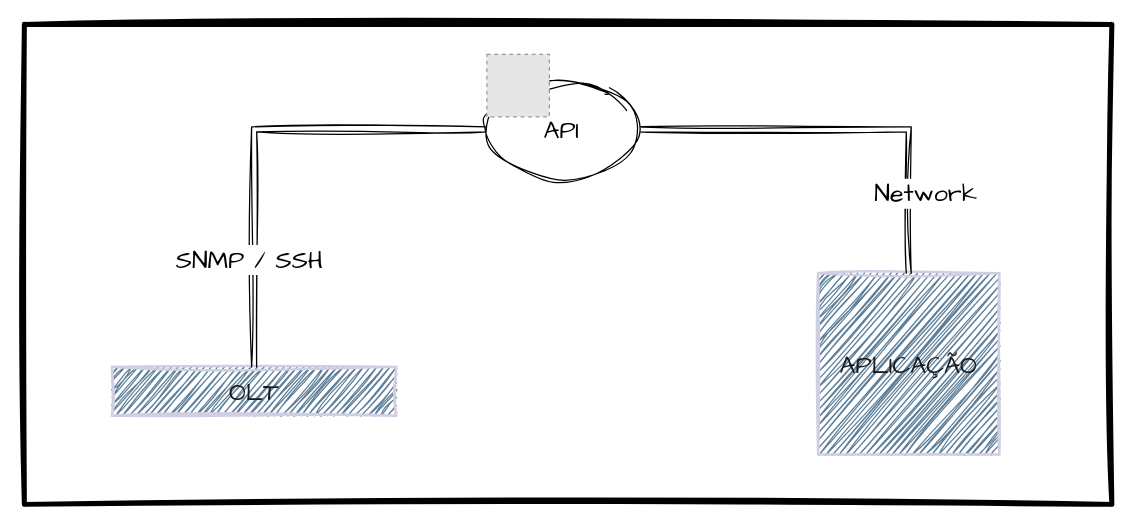
Above: img/sc-olt-intelbras-8820i.drawio in saulotarsobc/sc-olt-intelbras-gpon (draw.io), before the change. Source tidied: cells renumbered, new cells numbered last; positions are measured from the earlier drawing's top-left corner, leaving out a move shared by most shapes. Both pictures are drawn from the tidied source at 125%, with x=0, y=0 at pixel (24, 24). Pictures stored in the file or linked from it are replaced by grey dashed boxes.
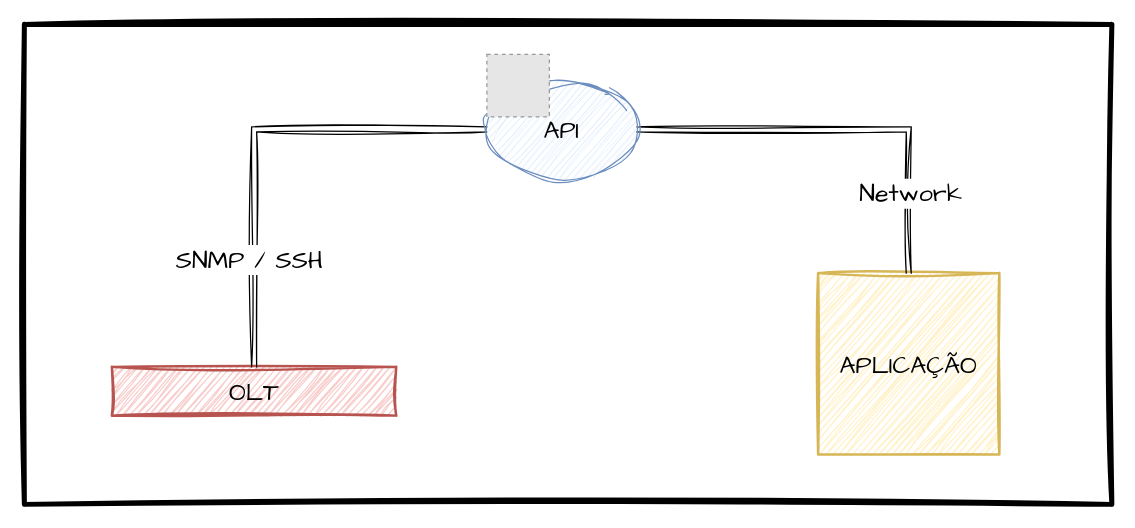
After the change.

Change to the diagram source:
```diff
@@
 <mxGraphModel background="#ffffff">
   <root>
     <mxCell id="0" />
     <mxCell id="1" parent="0" />
     <mxCell id="2" style="rounded=0;whiteSpace=wrap;html=1;sketch=1;hachureGap=4;jiggle=2;curveFitting=1;fontFamily=Architects Daughter;fontSize=20;strokeWidth=4;fillColor=default;" parent="1" vertex="1">
       <mxGeometry width="870" height="384" as="geometry" />
     </mxCell>
-    <mxCell id="3" value="OLT" style="rounded=0;whiteSpace=wrap;html=1;sketch=1;hachureGap=4;jiggle=2;curveFitting=1;fontFamily=Architects Daughter;fontSize=20;labelBackgroundColor=none;fillColor=#5D7F99;strokeColor=#D0CEE2;fontColor=#1A1A1A;gradientColor=none;strokeWidth=2;" parent="1" vertex="1">
+    <mxCell id="3" value="OLT" style="rounded=0;whiteSpace=wrap;html=1;sketch=1;hachureGap=4;jiggle=2;curveFitting=1;fontFamily=Architects Daughter;fontSize=20;labelBackgroundColor=none;fillColor=#f8cecc;strokeColor=#b85450;strokeWidth=2;" parent="1" vertex="1">
       <mxGeometry x="70" y="274" width="227.5" height="39" as="geometry" />
     </mxCell>
-    <mxCell id="4" value="APLICAÇÃO" style="whiteSpace=wrap;html=1;sketch=1;hachureGap=4;jiggle=2;curveFitting=1;fontFamily=Architects Daughter;fontSize=20;labelBackgroundColor=none;fillColor=#5D7F99;strokeColor=#D0CEE2;fontColor=#1A1A1A;strokeWidth=2;" parent="1" vertex="1">
+    <mxCell id="4" value="APLICAÇÃO" style="whiteSpace=wrap;html=1;sketch=1;hachureGap=4;jiggle=2;curveFitting=1;fontFamily=Architects Daughter;fontSize=20;labelBackgroundColor=none;fillColor=#fff2cc;strokeColor=#d6b656;strokeWidth=2;" parent="1" vertex="1">
       <mxGeometry x="635" y="199" width="145" height="145" as="geometry" />
     </mxCell>
     <mxCell id="5" style="edgeStyle=orthogonalEdgeStyle;rounded=0;sketch=1;hachureGap=4;jiggle=2;curveFitting=1;jettySize=auto;html=1;entryX=0.5;entryY=0;entryDx=0;entryDy=0;fontFamily=Architects Daughter;fontSize=16;shape=link;flowAnimation=1;" parent="1" edge="1" source="9" target="4">
       <mxGeometry relative="1" as="geometry" />
     </mxCell>
     <mxCell id="6" value="Network" style="edgeLabel;html=1;align=center;verticalAlign=middle;fontSize=20;fontFamily=Architects Daughter;" parent="5" vertex="1">
       <mxGeometry x="0.05" y="-4" relative="1" as="geometry">
-        <mxPoint x="55" y="46" as="offset" />
+        <mxPoint x="43" y="46" as="offset" />
       </mxGeometry>
     </mxCell>
     <mxCell id="7" style="edgeStyle=orthogonalEdgeStyle;rounded=0;sketch=1;hachureGap=4;jiggle=2;curveFitting=1;jettySize=auto;html=1;fontFamily=Architects Daughter;fontSize=16;exitX=0;exitY=0.5;exitDx=0;exitDy=0;shape=link;flowAnimation=1;" parent="1" edge="1" source="9" target="3">
       <mxGeometry relative="1" as="geometry" />
     </mxCell>
     <mxCell id="8" value="SNMP / SSH" style="edgeLabel;html=1;align=center;verticalAlign=middle;fontSize=20;fontFamily=Architects Daughter;" parent="7" vertex="1">
       <mxGeometry x="0.54" y="-4" relative="1" as="geometry" />
     </mxCell>
-    <mxCell id="9" value="API" style="ellipse;whiteSpace=wrap;html=1;sketch=1;hachureGap=4;jiggle=2;curveFitting=1;fontFamily=Architects Daughter;fontSize=20;" parent="1" vertex="1">
+    <mxCell id="9" value="API" style="ellipse;whiteSpace=wrap;html=1;sketch=1;hachureGap=4;jiggle=2;curveFitting=1;fontFamily=Architects Daughter;fontSize=20;fillColor=#dae8fc;strokeColor=#6c8ebf;" parent="1" vertex="1">
       <mxGeometry x="370" y="44" width="120" height="80" as="geometry" />
     </mxCell>
     <mxCell id="10" style="fillColor=#E6E6E6;strokeColor=#999999;dashed=1;verticalLabelPosition=bottom;labelBackgroundColor=default;verticalAlign=top;" parent="1" vertex="1">
       <mxGeometry x="370" y="24" width="50" height="50" as="geometry" />
     </mxCell>
   </root>
 </mxGraphModel>
```
